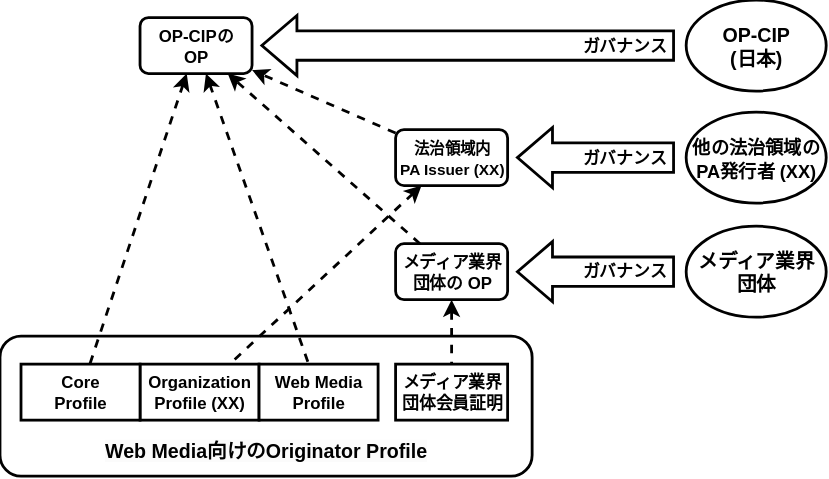
Above: Drawings/Governance-Simplified-OP-Future-Other-Jurisdictions.ja.drawio.svg in originator-profile/docs.originator-profile.org (draw.io), before the change. Source tidied: cells renumbered, new cells last; positions are measured from the earlier drawing's top-left corner, leaving out a move shared by most shapes. Its diagram source:
```xml
<mxGraphModel>
  <root>
    <mxCell id="0" />
    <mxCell id="1" parent="0" />
    <mxCell id="2" style="rounded=1;whiteSpace=wrap;html=1;strokeWidth=2;" parent="1" vertex="1">
      <mxGeometry y="240" width="380" height="100" as="geometry" />
    </mxCell>
    <mxCell id="3" value="&lt;b&gt;Organization&lt;br&gt;Profile (XX)&lt;br&gt;&lt;/b&gt;" style="rounded=0;whiteSpace=wrap;html=1;strokeWidth=2;" parent="1" vertex="1">
      <mxGeometry x="100" y="260" width="85" height="40" as="geometry" />
    </mxCell>
    <mxCell id="4" value="&lt;b&gt;Core&lt;br&gt;Profile&lt;/b&gt;" style="rounded=0;whiteSpace=wrap;html=1;strokeWidth=2;" parent="1" vertex="1">
      <mxGeometry x="15" y="260" width="85" height="40" as="geometry" />
    </mxCell>
    <mxCell id="5" style="endArrow=none;html=1;rounded=0;strokeWidth=2;startArrow=classic;startFill=1;endFill=0;dashed=1;" parent="1" edge="1" source="21" target="3">
      <mxGeometry relative="1" as="geometry" />
    </mxCell>
    <mxCell id="6" style="endArrow=none;html=1;rounded=0;strokeWidth=2;startArrow=classic;startFill=1;endFill=0;dashed=1;align=right;" parent="1" edge="1" source="9" target="4">
      <mxGeometry x="0.01" relative="1" as="geometry" />
    </mxCell>
    <mxCell id="7" value="&lt;b&gt;メディア業界団体会員証明&lt;/b&gt;" style="rounded=0;whiteSpace=wrap;html=1;strokeWidth=2;" parent="1" vertex="1">
      <mxGeometry x="282.5" y="260" width="80" height="40" as="geometry" />
    </mxCell>
    <mxCell id="8" style="endArrow=none;html=1;rounded=0;strokeWidth=2;startArrow=classic;startFill=1;endFill=0;dashed=1;" parent="1" edge="1" source="10" target="7">
      <mxGeometry relative="1" as="geometry" />
    </mxCell>
    <mxCell id="9" value="&lt;b&gt;OP-CIPの&lt;br&gt;&lt;/b&gt;&lt;div&gt;&lt;b&gt;OP&lt;/b&gt;&lt;/div&gt;" style="rounded=1;whiteSpace=wrap;html=1;strokeWidth=2;" parent="1" vertex="1">
      <mxGeometry x="100" y="12.5" width="80" height="40" as="geometry" />
    </mxCell>
    <mxCell id="10" value="&lt;b&gt;メディア業界団体の OP&lt;/b&gt;" style="rounded=1;whiteSpace=wrap;html=1;strokeWidth=2;fontSize=12;" parent="1" vertex="1">
      <mxGeometry x="282.5" y="174" width="80" height="40" as="geometry" />
    </mxCell>
    <mxCell id="11" style="endArrow=classic;html=1;rounded=0;strokeWidth=2;dashed=1;" parent="1" edge="1" source="10" target="9">
      <mxGeometry relative="1" as="geometry" />
    </mxCell>
    <mxCell id="12" value="&lt;span style=&quot;color: rgb(0, 0, 0); font-family: Helvetica; font-style: normal; font-variant-ligatures: normal; font-variant-caps: normal; font-weight: 700; letter-spacing: normal; orphans: 2; text-indent: 0px; text-transform: none; widows: 2; word-spacing: 0px; -webkit-text-stroke-width: 0px; background-color: rgb(251, 251, 251); text-decoration-thickness: initial; text-decoration-style: initial; text-decoration-color: initial; float: none; display: inline !important;&quot;&gt;&lt;font&gt;Web Media向けのOriginator Profile&lt;/font&gt;&lt;/span&gt;" style="text;whiteSpace=wrap;html=1;align=center;strokeWidth=2;fontSize=14;" parent="1" vertex="1">
      <mxGeometry y="307.5" width="380" height="30" as="geometry" />
    </mxCell>
    <mxCell id="13" value="&lt;b&gt;OP-CIP&lt;br&gt;(日本)&lt;/b&gt;" style="ellipse;whiteSpace=wrap;html=1;strokeWidth=2;fontSize=14;" parent="1" vertex="1">
      <mxGeometry x="490" width="100" height="65" as="geometry" />
    </mxCell>
    <mxCell id="14" style="shape=flexArrow;endArrow=classic;html=1;rounded=0;width=20;endSize=7.68;strokeWidth=2;fillColor=default;sourcePerimeterSpacing=8;targetPerimeterSpacing=6;" parent="1" edge="1" source="13" target="9">
      <mxGeometry relative="1" as="geometry" />
    </mxCell>
    <mxCell id="15" value="ガバナンス" style="edgeLabel;html=1;align=right;verticalAlign=middle;fontStyle=1;fontSize=12;" parent="14" vertex="1">
      <mxGeometry x="-1" relative="1" as="geometry">
        <mxPoint x="-6" as="offset" />
      </mxGeometry>
    </mxCell>
    <mxCell id="16" value="&lt;b&gt;メディア業界&lt;/b&gt;&lt;div&gt;&lt;b&gt;団体&lt;/b&gt;&lt;/div&gt;" style="ellipse;whiteSpace=wrap;html=1;strokeWidth=2;fontSize=14;" parent="1" vertex="1">
      <mxGeometry x="490" y="161.5" width="100" height="65" as="geometry" />
    </mxCell>
    <mxCell id="17" style="shape=flexArrow;endArrow=classic;html=1;rounded=0;width=20;endSize=7.68;strokeWidth=2;fillColor=default;targetPerimeterSpacing=6;sourcePerimeterSpacing=8;" parent="1" edge="1" source="16" target="10">
      <mxGeometry relative="1" as="geometry" />
    </mxCell>
    <mxCell id="18" value="ガバナンス" style="edgeLabel;html=1;align=right;verticalAlign=middle;fontStyle=1;fontSize=12;" parent="17" vertex="1">
      <mxGeometry x="-1" relative="1" as="geometry">
        <mxPoint x="-6" as="offset" />
      </mxGeometry>
    </mxCell>
    <mxCell id="19" value="&lt;b&gt;Web Media&lt;/b&gt;&lt;div&gt;&lt;b&gt;Profile&lt;/b&gt;&lt;/div&gt;" style="rounded=0;whiteSpace=wrap;html=1;strokeWidth=2;" parent="1" vertex="1">
      <mxGeometry x="185" y="260" width="85" height="40" as="geometry" />
    </mxCell>
    <mxCell id="20" style="endArrow=none;html=1;rounded=0;strokeWidth=2;startArrow=classic;startFill=1;endFill=0;dashed=1;" parent="1" edge="1" source="9" target="19">
      <mxGeometry relative="1" as="geometry" />
    </mxCell>
    <mxCell id="21" value="&lt;b&gt;&lt;font style=&quot;font-size: 11px;&quot;&gt;法治領域内&lt;/font&gt;&lt;/b&gt;&lt;div&gt;&lt;b&gt;&lt;font style=&quot;font-size: 11px;&quot;&gt;PA Issuer (XX)&lt;/font&gt;&lt;/b&gt;&lt;/div&gt;" style="rounded=1;whiteSpace=wrap;html=1;strokeWidth=2;" parent="1" vertex="1">
      <mxGeometry x="282.5" y="92.5" width="80" height="40" as="geometry" />
    </mxCell>
    <mxCell id="22" value="&lt;span style=&quot;font-size: 13px;&quot;&gt;&lt;b&gt;他の法治領域の&lt;/b&gt;&lt;/span&gt;&lt;br&gt;&lt;div&gt;&lt;b&gt;&lt;font style=&quot;font-size: 13px;&quot;&gt;PA発行者 (XX)&lt;/font&gt;&lt;/b&gt;&lt;/div&gt;" style="ellipse;whiteSpace=wrap;html=1;strokeWidth=2;fontSize=14;" parent="1" vertex="1">
      <mxGeometry x="490" y="80" width="100" height="65" as="geometry" />
    </mxCell>
    <mxCell id="23" style="shape=flexArrow;endArrow=classic;html=1;rounded=0;width=20;endSize=7.68;strokeWidth=2;fillColor=default;targetPerimeterSpacing=6;sourcePerimeterSpacing=8;" parent="1" edge="1" source="22" target="21">
      <mxGeometry relative="1" as="geometry" />
    </mxCell>
    <mxCell id="24" value="ガバナンス" style="edgeLabel;html=1;align=right;verticalAlign=middle;fontStyle=1;fontSize=12;" parent="23" vertex="1">
      <mxGeometry x="-1" relative="1" as="geometry">
        <mxPoint x="-6" as="offset" />
      </mxGeometry>
    </mxCell>
    <mxCell id="25" style="endArrow=classic;html=1;rounded=0;strokeWidth=2;dashed=1;" parent="1" edge="1" source="21" target="9">
      <mxGeometry relative="1" as="geometry" />
    </mxCell>
  </root>
</mxGraphModel>
```
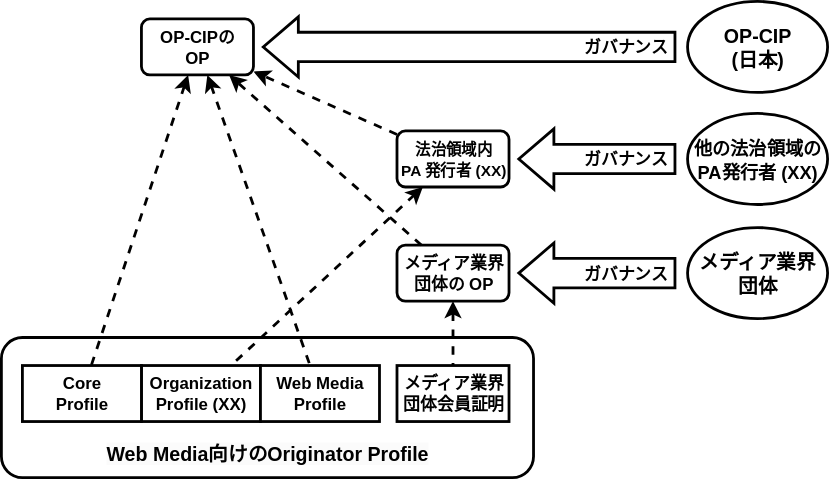
Later version of the same file.

Diff of the diagram source:
```diff
@@ -63,7 +63,7 @@
     <mxCell id="20" style="endArrow=none;html=1;rounded=0;strokeWidth=2;startArrow=classic;startFill=1;endFill=0;dashed=1;" parent="1" edge="1" source="9" target="19">
       <mxGeometry relative="1" as="geometry" />
     </mxCell>
-    <mxCell id="21" value="&lt;b&gt;&lt;font style=&quot;font-size: 11px;&quot;&gt;法治領域内&lt;/font&gt;&lt;/b&gt;&lt;div&gt;&lt;b&gt;&lt;font style=&quot;font-size: 11px;&quot;&gt;PA Issuer (XX)&lt;/font&gt;&lt;/b&gt;&lt;/div&gt;" style="rounded=1;whiteSpace=wrap;html=1;strokeWidth=2;" parent="1" vertex="1">
+    <mxCell id="21" value="&lt;b&gt;&lt;font style=&quot;font-size: 11px;&quot;&gt;法治領域内&lt;/font&gt;&lt;/b&gt;&lt;div&gt;&lt;b&gt;&lt;font style=&quot;font-size: 11px;&quot;&gt;PA 発行者 (XX)&lt;/font&gt;&lt;/b&gt;&lt;/div&gt;" style="rounded=1;whiteSpace=wrap;html=1;strokeWidth=2;" parent="1" vertex="1">
       <mxGeometry x="282.5" y="92.5" width="80" height="40" as="geometry" />
     </mxCell>
     <mxCell id="22" value="&lt;span style=&quot;font-size: 13px;&quot;&gt;&lt;b&gt;他の法治領域の&lt;/b&gt;&lt;/span&gt;&lt;br&gt;&lt;div&gt;&lt;b&gt;&lt;font style=&quot;font-size: 13px;&quot;&gt;PA発行者 (XX)&lt;/font&gt;&lt;/b&gt;&lt;/div&gt;" style="ellipse;whiteSpace=wrap;html=1;strokeWidth=2;fontSize=14;" parent="1" vertex="1">
```
